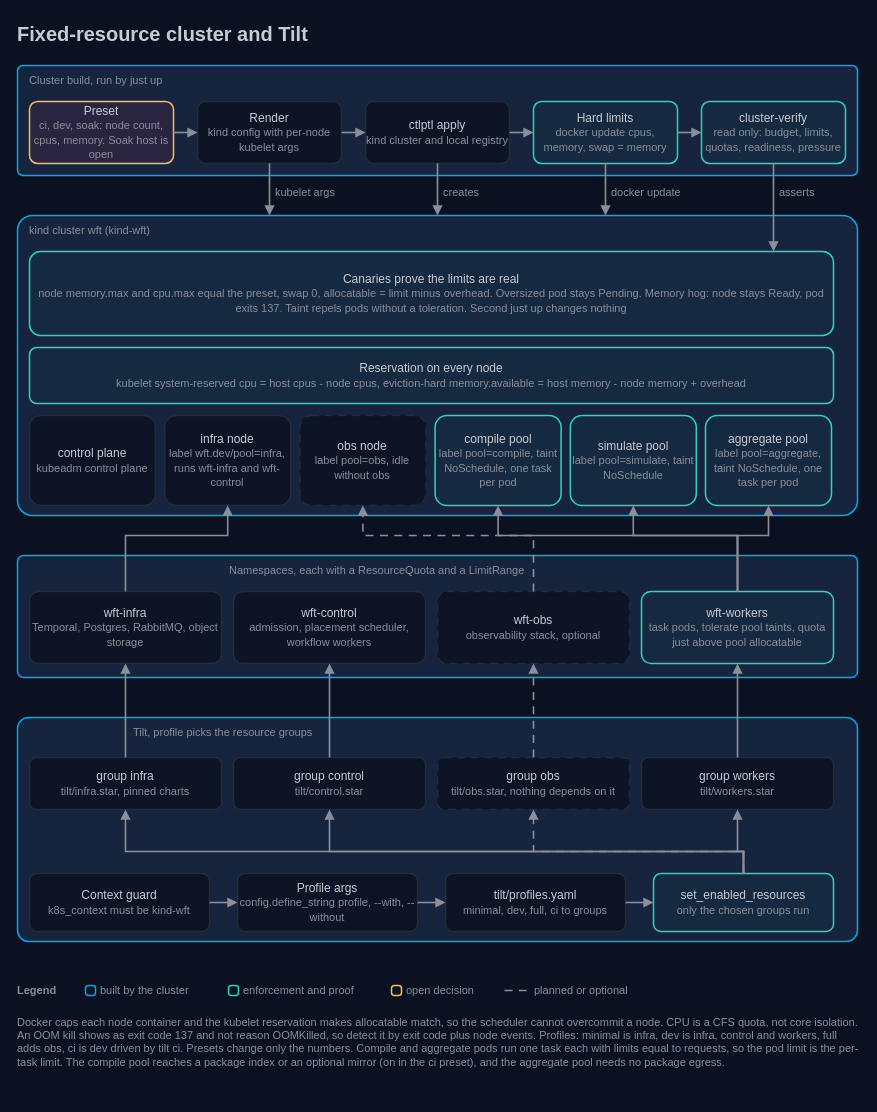
Before: docs/architecture/09-cluster-and-tilt.drawio in AndoNorth/disyard, a draw.io diagram. Source tidied: cells renumbered, new cells numbered last; positions are measured from the earlier drawing's top-left corner, leaving out a move shared by most shapes. Both pictures are drawn from the tidied source at 100%, with x=0, y=0 at pixel (17, 17).
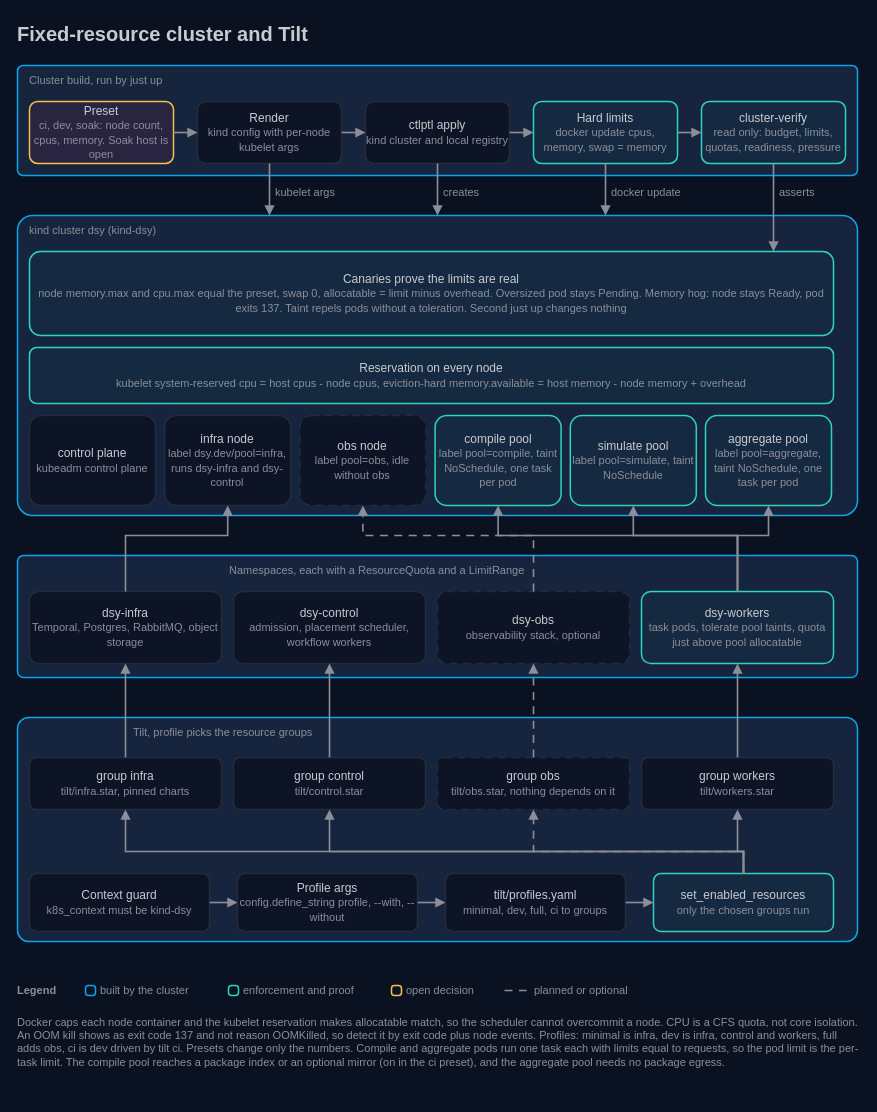
After the change.

The edit, as a diff of the source:
```diff
@@
-    <mxCell id="15" value="kind cluster wft (kind-wft)" style="text;html=1;strokeColor=none;fillColor=none;align=left;verticalAlign=middle;whiteSpace=wrap;fontColor=#8c8f98;fontSize=11;fontFamily=IBM Plex Sans;spacing=0;" parent="1" vertex="1">
+    <mxCell id="15" value="kind cluster dsy (kind-dsy)" style="text;html=1;strokeColor=none;fillColor=none;align=left;verticalAlign=middle;whiteSpace=wrap;fontColor=#8c8f98;fontSize=11;fontFamily=IBM Plex Sans;spacing=0;" parent="1" vertex="1">
       <mxGeometry x="12" y="204" width="240" height="18" as="geometry" />
     </mxCell>
@@
-    <mxCell id="19" value="infra node&lt;br&gt;&lt;font color=&quot;#8c8f98&quot; style=&quot;font-size:11px&quot;&gt;label wft.dev/pool=infra, runs wft-infra and wft-control&lt;/font&gt;" style="rounded=1;arcSize=13;html=1;whiteSpace=wrap;fillColor=#0c1425;strokeColor=#252b39;strokeWidth=1.5;fontColor=#c9cbd0;fontSize=12;fontFamily=IBM Plex Sans;" parent="1" vertex="1">
+    <mxCell id="19" value="infra node&lt;br&gt;&lt;font color=&quot;#8c8f98&quot; style=&quot;font-size:11px&quot;&gt;label dsy.dev/pool=infra, runs dsy-infra and dsy-control&lt;/font&gt;" style="rounded=1;arcSize=13;html=1;whiteSpace=wrap;fillColor=#0c1425;strokeColor=#252b39;strokeWidth=1.5;fontColor=#c9cbd0;fontSize=12;fontFamily=IBM Plex Sans;" parent="1" vertex="1">
       <mxGeometry x="147.2" y="398" width="126" height="90" as="geometry" />
     </mxCell>
@@
-    <mxCell id="34" value="wft-infra&lt;br&gt;&lt;font color=&quot;#8c8f98&quot; style=&quot;font-size:11px&quot;&gt;Temporal, Postgres, RabbitMQ, object storage&lt;/font&gt;" style="rounded=1;arcSize=13;html=1;whiteSpace=wrap;fillColor=#0c1425;strokeColor=#252b39;strokeWidth=1.5;fontColor=#c9cbd0;fontSize=12;fontFamily=IBM Plex Sans;" parent="1" vertex="1">
+    <mxCell id="34" value="dsy-infra&lt;br&gt;&lt;font color=&quot;#8c8f98&quot; style=&quot;font-size:11px&quot;&gt;Temporal, Postgres, RabbitMQ, object storage&lt;/font&gt;" style="rounded=1;arcSize=13;html=1;whiteSpace=wrap;fillColor=#0c1425;strokeColor=#252b39;strokeWidth=1.5;fontColor=#c9cbd0;fontSize=12;fontFamily=IBM Plex Sans;" parent="1" vertex="1">
       <mxGeometry x="12" y="574" width="192" height="72" as="geometry" />
     </mxCell>
-    <mxCell id="35" value="wft-control&lt;br&gt;&lt;font color=&quot;#8c8f98&quot; style=&quot;font-size:11px&quot;&gt;admission, placement scheduler, workflow workers&lt;/font&gt;" style="rounded=1;arcSize=13;html=1;whiteSpace=wrap;fillColor=#0c1425;strokeColor=#252b39;strokeWidth=1.5;fontColor=#c9cbd0;fontSize=12;fontFamily=IBM Plex Sans;" parent="1" vertex="1">
+    <mxCell id="35" value="dsy-control&lt;br&gt;&lt;font color=&quot;#8c8f98&quot; style=&quot;font-size:11px&quot;&gt;admission, placement scheduler, workflow workers&lt;/font&gt;" style="rounded=1;arcSize=13;html=1;whiteSpace=wrap;fillColor=#0c1425;strokeColor=#252b39;strokeWidth=1.5;fontColor=#c9cbd0;fontSize=12;fontFamily=IBM Plex Sans;" parent="1" vertex="1">
       <mxGeometry x="216" y="574" width="192" height="72" as="geometry" />
     </mxCell>
-    <mxCell id="36" value="wft-obs&lt;br&gt;&lt;font color=&quot;#8c8f98&quot; style=&quot;font-size:11px&quot;&gt;observability stack, optional&lt;/font&gt;" style="rounded=1;arcSize=13;html=1;whiteSpace=wrap;fillColor=#0c1425;strokeColor=#252b39;strokeWidth=1.5;fontColor=#c9cbd0;fontSize=12;fontFamily=IBM Plex Sans;dashed=1;dashPattern=5 4;" parent="1" vertex="1">
+    <mxCell id="36" value="dsy-obs&lt;br&gt;&lt;font color=&quot;#8c8f98&quot; style=&quot;font-size:11px&quot;&gt;observability stack, optional&lt;/font&gt;" style="rounded=1;arcSize=13;html=1;whiteSpace=wrap;fillColor=#0c1425;strokeColor=#252b39;strokeWidth=1.5;fontColor=#c9cbd0;fontSize=12;fontFamily=IBM Plex Sans;dashed=1;dashPattern=5 4;" parent="1" vertex="1">
       <mxGeometry x="420" y="574" width="192" height="72" as="geometry" />
     </mxCell>
-    <mxCell id="37" value="wft-workers&lt;br&gt;&lt;font color=&quot;#8c8f98&quot; style=&quot;font-size:11px&quot;&gt;task pods, tolerate pool taints, quota just above pool allocatable&lt;/font&gt;" style="rounded=1;arcSize=13;html=1;whiteSpace=wrap;fillColor=#152940;strokeColor=#2fd4bf;strokeWidth=1.5;fontColor=#c9cbd0;fontSize=12;fontFamily=IBM Plex Sans;" parent="1" vertex="1">
+    <mxCell id="37" value="dsy-workers&lt;br&gt;&lt;font color=&quot;#8c8f98&quot; style=&quot;font-size:11px&quot;&gt;task pods, tolerate pool taints, quota just above pool allocatable&lt;/font&gt;" style="rounded=1;arcSize=13;html=1;whiteSpace=wrap;fillColor=#152940;strokeColor=#2fd4bf;strokeWidth=1.5;fontColor=#c9cbd0;fontSize=12;fontFamily=IBM Plex Sans;" parent="1" vertex="1">
       <mxGeometry x="624" y="574" width="192" height="72" as="geometry" />
     </mxCell>
@@
-    <mxCell id="53" value="Context guard&lt;br&gt;&lt;font color=&quot;#8c8f98&quot; style=&quot;font-size:11px&quot;&gt;k8s_context must be kind-wft&lt;/font&gt;" style="rounded=1;arcSize=13;html=1;whiteSpace=wrap;fillColor=#0c1425;strokeColor=#252b39;strokeWidth=1.5;fontColor=#c9cbd0;fontSize=12;fontFamily=IBM Plex Sans;" parent="1" vertex="1">
+    <mxCell id="53" value="Context guard&lt;br&gt;&lt;font color=&quot;#8c8f98&quot; style=&quot;font-size:11px&quot;&gt;k8s_context must be kind-dsy&lt;/font&gt;" style="rounded=1;arcSize=13;html=1;whiteSpace=wrap;fillColor=#0c1425;strokeColor=#252b39;strokeWidth=1.5;fontColor=#c9cbd0;fontSize=12;fontFamily=IBM Plex Sans;" parent="1" vertex="1">
       <mxGeometry x="12" y="856" width="180" height="58" as="geometry" />
     </mxCell>
```
